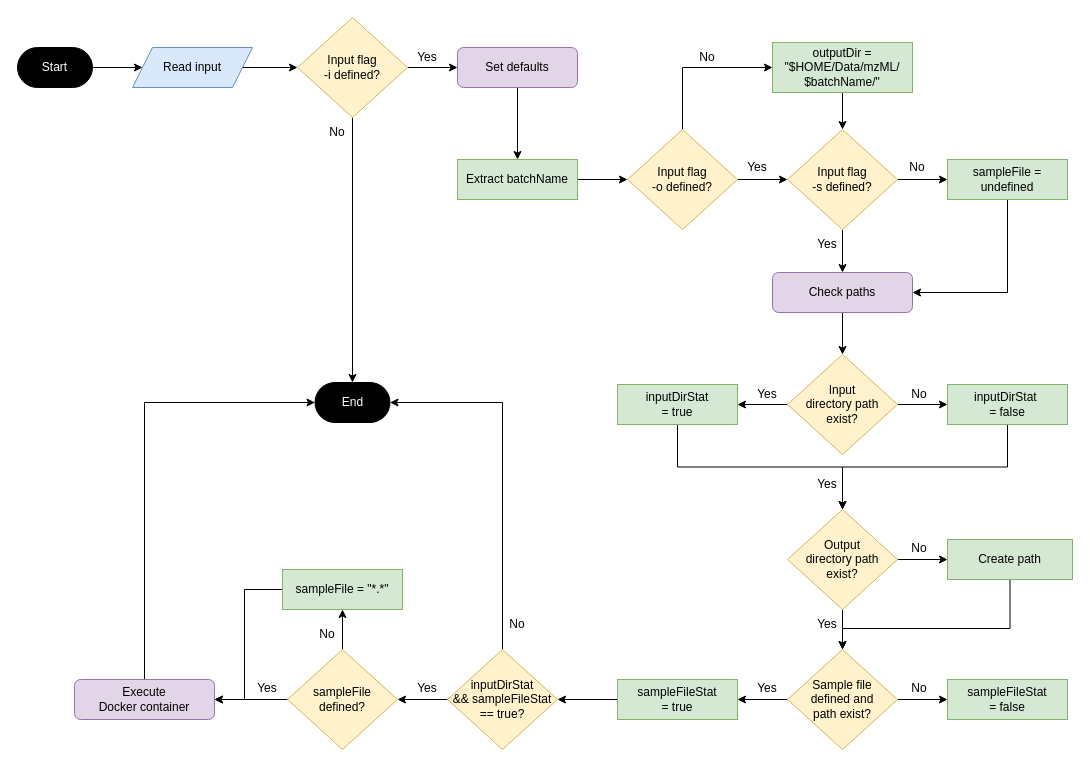
Earlier version of the draw.io diagram drawio/pwizConvert-flowchart.drawio (vimalnathnambiar/pwizConvert). Source tidied: cells renumbered, new cells numbered last; positions are measured from the earlier drawing's top-left corner, leaving out a move shared by most shapes. Both pictures are drawn from the tidied source at 100%, with x=0, y=0 at pixel (17, 17).
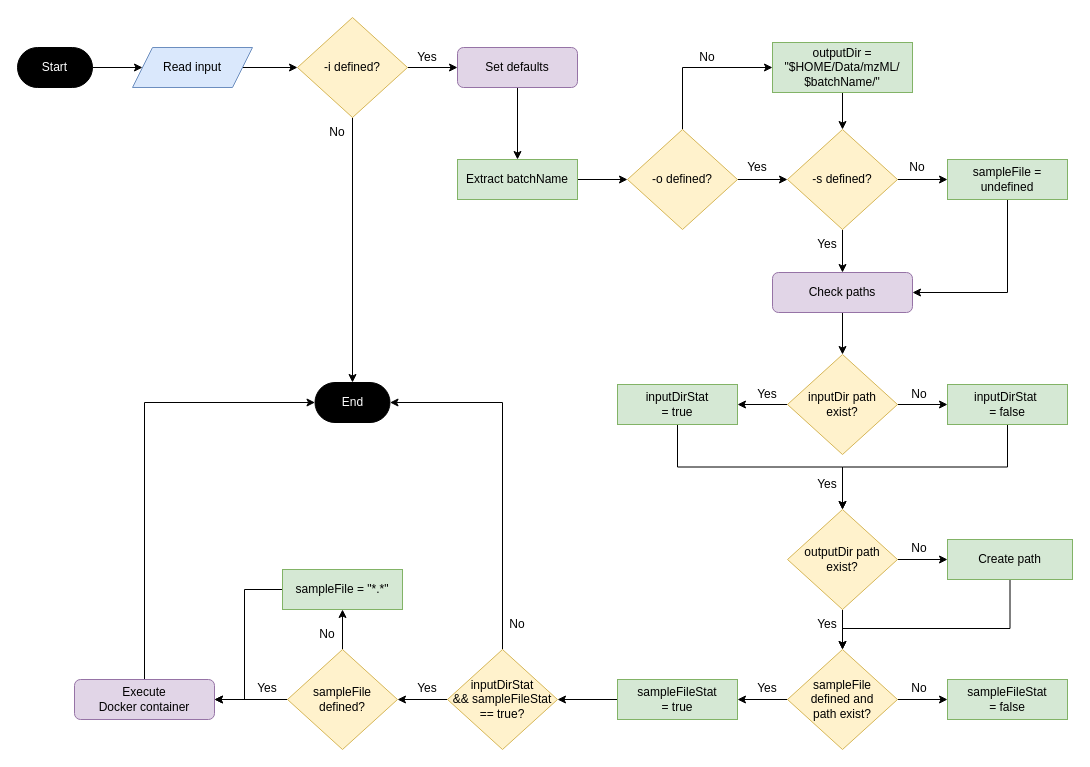
After the change.

The edit, as a diff of the source:
```diff
@@
-    <mxCell id="8" value="Input flag&lt;br&gt;-i defined?" style="rhombus;whiteSpace=wrap;html=1;fillColor=#fff2cc;strokeColor=#d6b656;" parent="1" vertex="1">
+    <mxCell id="8" value="-i defined?" style="rhombus;whiteSpace=wrap;html=1;fillColor=#fff2cc;strokeColor=#d6b656;" parent="1" vertex="1">
       <mxGeometry x="280" width="110" height="100" as="geometry" />
     </mxCell>
@@
-    <mxCell id="16" value="Input flag&lt;br&gt;-o defined?" style="rhombus;whiteSpace=wrap;html=1;fillColor=#fff2cc;strokeColor=#d6b656;" parent="1" vertex="1">
+    <mxCell id="16" value="-o defined?" style="rhombus;whiteSpace=wrap;html=1;fillColor=#fff2cc;strokeColor=#d6b656;" parent="1" vertex="1">
       <mxGeometry x="610" y="112" width="110" height="100" as="geometry" />
     </mxCell>
@@
-    <mxCell id="19" value="Input flag&lt;br&gt;-s defined?" style="rhombus;whiteSpace=wrap;html=1;fillColor=#fff2cc;strokeColor=#d6b656;" parent="1" vertex="1">
+    <mxCell id="19" value="-s defined?" style="rhombus;whiteSpace=wrap;html=1;fillColor=#fff2cc;strokeColor=#d6b656;" parent="1" vertex="1">
       <mxGeometry x="770" y="112" width="110" height="100" as="geometry" />
     </mxCell>
@@
-    <mxCell id="33" value="Input &lt;br&gt;directory path&lt;br&gt;exist?" style="rhombus;whiteSpace=wrap;html=1;fillColor=#fff2cc;strokeColor=#d6b656;" parent="1" vertex="1">
+    <mxCell id="33" value="inputDir path&lt;br&gt;exist?" style="rhombus;whiteSpace=wrap;html=1;fillColor=#fff2cc;strokeColor=#d6b656;" parent="1" vertex="1">
       <mxGeometry x="770" y="337" width="110" height="100" as="geometry" />
     </mxCell>
@@
-    <mxCell id="36" value="Output &lt;br&gt;directory path &lt;br&gt;exist?" style="rhombus;whiteSpace=wrap;html=1;fillColor=#fff2cc;strokeColor=#d6b656;" parent="1" vertex="1">
+    <mxCell id="36" value="outputDir path &lt;br&gt;exist?" style="rhombus;whiteSpace=wrap;html=1;fillColor=#fff2cc;strokeColor=#d6b656;" parent="1" vertex="1">
       <mxGeometry x="770" y="492" width="110" height="100" as="geometry" />
     </mxCell>
@@
-    <mxCell id="47" value="Sample file &lt;br&gt;defined and &lt;br&gt;path exist?" style="rhombus;whiteSpace=wrap;html=1;fillColor=#fff2cc;strokeColor=#d6b656;" parent="1" vertex="1">
+    <mxCell id="47" value="sampleFile&lt;br&gt;defined and &lt;br&gt;path exist?" style="rhombus;whiteSpace=wrap;html=1;fillColor=#fff2cc;strokeColor=#d6b656;" parent="1" vertex="1">
       <mxGeometry x="770" y="632" width="110" height="100" as="geometry" />
     </mxCell>
```
